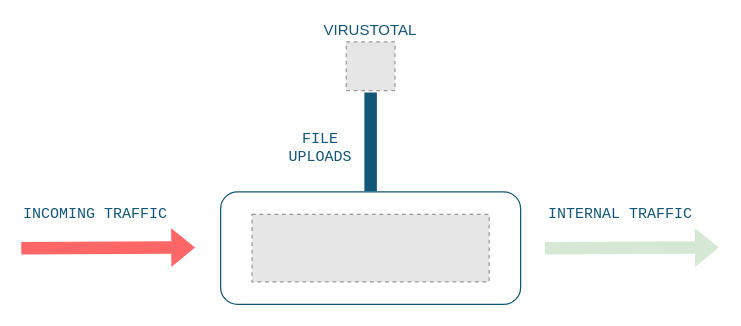
Before: virustotal/docs/diagram.drawio in bunkerity/bunkerweb-plugins, a draw.io diagram. Source tidied: cells renumbered, new cells numbered last; positions are measured from the earlier drawing's top-left corner, leaving out a move shared by most shapes. Both pictures are drawn from the tidied source at 125%, with x=0, y=0 at pixel (20, 41). Pictures stored in the file or linked from it are replaced by grey dashed boxes.
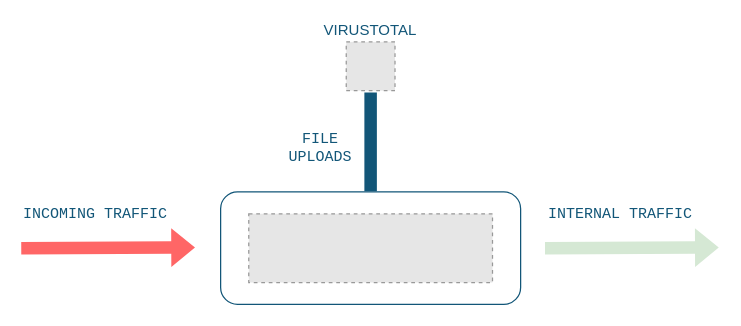
After the change.

The edit, as a diff of the source:
```diff
@@
 <mxGraphModel>
   <root>
     <mxCell id="0" />
     <mxCell id="1" parent="0" />
     <mxCell id="2" style="rounded=1;whiteSpace=wrap;html=1;fillColor=none;strokeColor=#125678;" parent="1" vertex="1">
       <mxGeometry x="160" y="120" width="240" height="90" as="geometry" />
     </mxCell>
-    <mxCell id="3" style="fillColor=#E6E6E6;strokeColor=#999999;dashed=1;verticalLabelPosition=bottom;labelBackgroundColor=default;verticalAlign=top;" parent="1" vertex="1">
-      <mxGeometry x="185.1" y="138" width="189.7" height="54" as="geometry" />
-    </mxCell>
     <mxCell id="4" style="shape=flexArrow;endArrow=classic;html=1;rounded=0;fillColor=#FF6666;entryX=0;entryY=0.5;entryDx=0;entryDy=0;strokeColor=none;fontFamily=Consolas;verticalAlign=top;labelPosition=center;verticalLabelPosition=bottom;align=center;" parent="1" edge="1">
       <mxGeometry relative="1" as="geometry">
         <mxPoint y="165" as="sourcePoint" />
         <mxPoint x="140" y="164.5" as="targetPoint" />
       </mxGeometry>
     </mxCell>
     <mxCell id="5" value="INCOMING TRAFFIC" style="text;html=1;strokeColor=none;fillColor=none;align=center;verticalAlign=middle;whiteSpace=wrap;rounded=0;fontColor=#125678;fontFamily=Consolas;" parent="1" vertex="1">
       <mxGeometry x="0.4" y="120" width="119.6" height="35" as="geometry" />
     </mxCell>
     <mxCell id="6" value="INTERNAL TRAFFIC" style="text;html=1;strokeColor=none;fillColor=none;align=center;verticalAlign=middle;whiteSpace=wrap;rounded=0;fontColor=#125678;fontFamily=Consolas;" parent="1" vertex="1">
       <mxGeometry x="420" y="120" width="119.6" height="35" as="geometry" />
     </mxCell>
     <mxCell id="7" style="shape=flexArrow;endArrow=classic;html=1;rounded=0;fillColor=#d5e8d4;entryX=0;entryY=0.5;entryDx=0;entryDy=0;strokeColor=none;fontFamily=Consolas;verticalAlign=top;labelPosition=center;verticalLabelPosition=bottom;align=center;" parent="1" edge="1">
       <mxGeometry relative="1" as="geometry">
         <mxPoint x="419" y="165" as="sourcePoint" />
         <mxPoint x="559" y="164.5" as="targetPoint" />
       </mxGeometry>
     </mxCell>
     <mxCell id="8" style="shape=flexArrow;endArrow=none;html=1;rounded=0;fillColor=#125678;endFill=0;strokeColor=none;exitX=0.5;exitY=0;exitDx=0;exitDy=0;" parent="1" edge="1" source="2">
       <mxGeometry relative="1" as="geometry">
         <mxPoint x="280" y="40" as="targetPoint" />
       </mxGeometry>
     </mxCell>
     <mxCell id="9" value="VIRUSTOTAL" style="fillColor=#E6E6E6;strokeColor=#999999;dashed=1;verticalLabelPosition=top;labelBackgroundColor=default;verticalAlign=bottom;labelPosition=center;align=center;fontColor=#125678;" parent="1" vertex="1">
       <mxGeometry x="260.5" width="39" height="39" as="geometry" />
     </mxCell>
     <mxCell id="10" value="&lt;div&gt;FILE&lt;/div&gt;&lt;div&gt;UPLOADS&lt;br&gt;&lt;/div&gt;" style="text;html=1;strokeColor=none;fillColor=none;align=center;verticalAlign=middle;whiteSpace=wrap;rounded=0;fontFamily=Consolas;fontColor=#125678;" parent="1" vertex="1">
       <mxGeometry x="210" y="70" width="60" height="30" as="geometry" />
     </mxCell>
+    <mxCell id="11" style="fillColor=#E6E6E6;strokeColor=#999999;dashed=1;verticalLabelPosition=bottom;labelBackgroundColor=default;verticalAlign=top;" parent="1" vertex="1">
+      <mxGeometry x="182.5" y="137.5" width="195" height="55" as="geometry" />
+    </mxCell>
   </root>
 </mxGraphModel>
```
